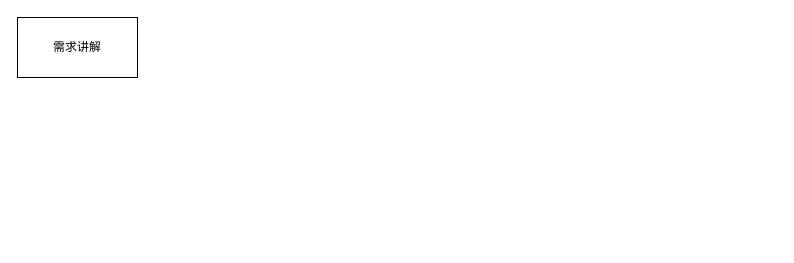
devin-tse/test keeps this draw.io diagram as Flow.drawio. Above is the earlier version. Source tidied: cells renumbered, new cells numbered last; positions are measured from the earlier drawing's top-left corner, leaving out a move shared by most shapes. Both pictures are drawn from the tidied source at 100%, with x=0, y=0 at pixel (17, 17).
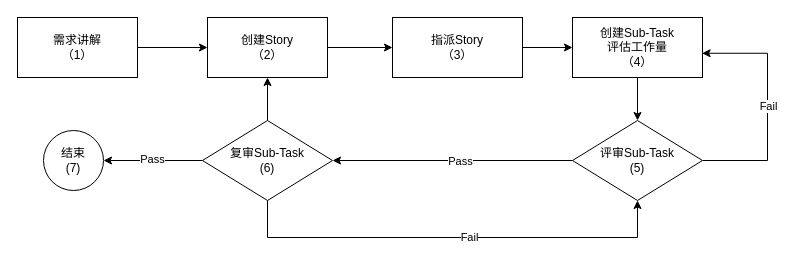
The same page after the edit.

What changed in the source:
```diff
@@
+    <mxCell id="3" style="edgeStyle=orthogonalEdgeStyle;rounded=0;jettySize=auto;html=1;" parent="1" edge="1" source="2" target="5">
+      <mxGeometry relative="1" as="geometry" />
+    </mxCell>
-    <mxCell id="2" value="需求讲解&lt;br&gt;" style="rounded=0;whiteSpace=wrap;html=1;" parent="1" vertex="1">
+    <mxCell id="2" value="需求讲解&lt;br&gt;（1）" style="rounded=0;whiteSpace=wrap;html=1;" parent="1" vertex="1">
       <mxGeometry width="120" height="60" as="geometry" />
     </mxCell>
+    <mxCell id="4" style="edgeStyle=orthogonalEdgeStyle;rounded=0;jettySize=auto;html=1;" parent="1" edge="1" source="5" target="21">
+      <mxGeometry relative="1" as="geometry" />
+    </mxCell>
+    <mxCell id="5" value="创建Story&lt;br&gt;（2）" style="rounded=0;whiteSpace=wrap;html=1;" parent="1" vertex="1">
+      <mxGeometry x="190" width="120" height="60" as="geometry" />
+    </mxCell>
+    <mxCell id="6" style="edgeStyle=orthogonalEdgeStyle;rounded=0;jettySize=auto;html=1;" parent="1" edge="1" target="10">
+      <mxGeometry relative="1" as="geometry">
+        <mxPoint x="657" y="60" as="sourcePoint" />
+        <Array as="points">
+          <mxPoint x="620" y="60" />
+        </Array>
+      </mxGeometry>
+    </mxCell>
+    <mxCell id="7" value="创建Sub-Task&lt;br&gt;评估工作量&lt;br&gt;（4）" style="rounded=0;whiteSpace=wrap;html=1;" parent="1" vertex="1">
+      <mxGeometry x="555" width="130" height="60" as="geometry" />
+    </mxCell>
+    <mxCell id="8" style="edgeStyle=orthogonalEdgeStyle;rounded=0;jettySize=auto;html=1;" parent="1" edge="1" source="10" target="14">
+      <mxGeometry relative="1" as="geometry" />
+    </mxCell>
+    <mxCell id="9" value="Pass" style="edgeLabel;html=1;align=center;verticalAlign=middle;" parent="8" vertex="1">
+      <mxGeometry x="0.29" relative="1" as="geometry">
+        <mxPoint x="42" as="offset" />
+      </mxGeometry>
+    </mxCell>
+    <mxCell id="10" value="评审Sub-Task&lt;br&gt;(5)" style="rhombus;whiteSpace=wrap;html=1;" parent="1" vertex="1">
+      <mxGeometry x="555" y="103" width="130" height="80" as="geometry" />
+    </mxCell>
+    <mxCell id="11" style="edgeStyle=orthogonalEdgeStyle;rounded=0;jettySize=auto;html=1;" parent="1" edge="1" source="14" target="19">
+      <mxGeometry relative="1" as="geometry" />
+    </mxCell>
+    <mxCell id="12" value="Pass" style="edgeLabel;html=1;align=center;verticalAlign=middle;" parent="11" vertex="1">
+      <mxGeometry x="0.22" y="-2" relative="1" as="geometry">
+        <mxPoint x="9" as="offset" />
+      </mxGeometry>
+    </mxCell>
+    <mxCell id="13" style="edgeStyle=orthogonalEdgeStyle;rounded=0;jettySize=auto;html=1;" parent="1" edge="1" source="14" target="5">
+      <mxGeometry relative="1" as="geometry" />
+    </mxCell>
+    <mxCell id="14" value="复审Sub-Task&lt;br&gt;(6)" style="rhombus;whiteSpace=wrap;html=1;" parent="1" vertex="1">
+      <mxGeometry x="185" y="103" width="130" height="80" as="geometry" />
+    </mxCell>
+    <mxCell id="15" style="edgeStyle=elbowEdgeStyle;elbow=vertical;endArrow=classic;html=1;rounded=0;exitX=1;exitY=0.5;exitDx=0;exitDy=0;entryX=0.997;entryY=0.596;entryDx=0;entryDy=0;entryPerimeter=0;" parent="1" edge="1" source="10" target="7">
+      <mxGeometry relative="1" as="geometry">
+        <Array as="points">
+          <mxPoint x="750" y="180" />
+          <mxPoint x="760" y="210" />
+          <mxPoint x="790" y="200" />
+        </Array>
+      </mxGeometry>
+    </mxCell>
+    <mxCell id="16" value="Fail" style="edgeLabel;html=1;align=center;verticalAlign=middle;" parent="15" vertex="1">
+      <mxGeometry x="0.09" relative="1" as="geometry">
+        <mxPoint y="10" as="offset" />
+      </mxGeometry>
+    </mxCell>
+    <mxCell id="17" style="edgeStyle=elbowEdgeStyle;elbow=vertical;endArrow=classic;html=1;rounded=0;exitX=0.5;exitY=1;exitDx=0;exitDy=0;entryX=0.5;entryY=1;entryDx=0;entryDy=0;" parent="1" edge="1" source="14" target="10">
+      <mxGeometry relative="1" as="geometry">
+        <Array as="points">
+          <mxPoint x="552" y="220" />
+        </Array>
+      </mxGeometry>
+    </mxCell>
+    <mxCell id="18" value="Fail" style="edgeLabel;html=1;align=center;verticalAlign=middle;" parent="17" vertex="1">
+      <mxGeometry x="-0.1" y="1" relative="1" as="geometry">
+        <mxPoint x="38" as="offset" />
+      </mxGeometry>
+    </mxCell>
+    <mxCell id="19" value="结束&lt;br&gt;(7)" style="ellipse;whiteSpace=wrap;html=1;" parent="1" vertex="1">
+      <mxGeometry x="26" y="113" width="60" height="60" as="geometry" />
+    </mxCell>
+    <mxCell id="20" style="edgeStyle=orthogonalEdgeStyle;rounded=0;jettySize=auto;html=1;" parent="1" edge="1" source="21" target="7">
+      <mxGeometry relative="1" as="geometry" />
+    </mxCell>
+    <mxCell id="21" value="指派Story&lt;br&gt;（3）" style="rounded=0;whiteSpace=wrap;html=1;" parent="1" vertex="1">
+      <mxGeometry x="375" width="130" height="60" as="geometry" />
+    </mxCell>
```
